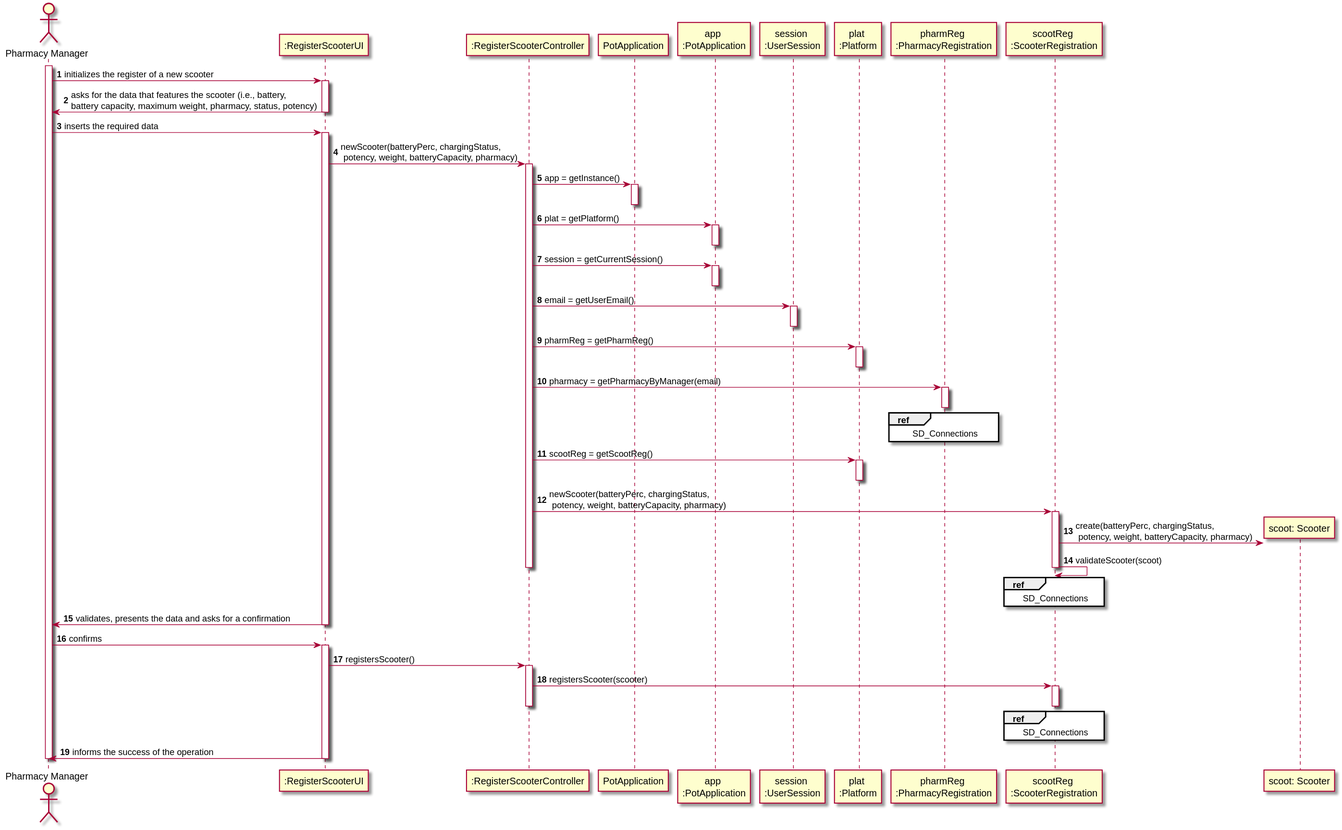
Above: docs/Iteration 1/Scooter Management/US21_RegisterScooter/US21_SD.svg in tiagoavcosta25/LAPR3 (PlantUML), before the change.
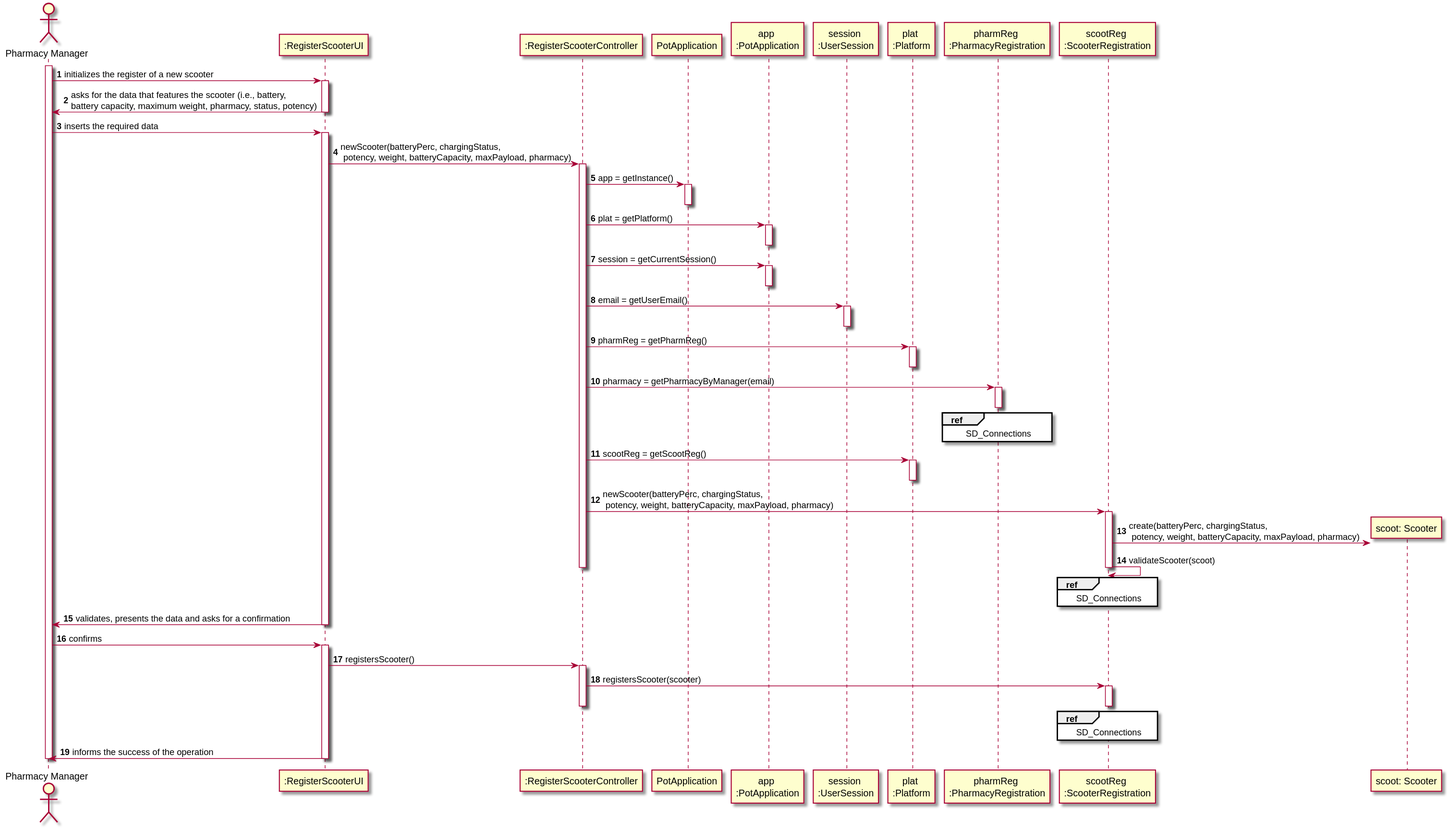
Above is the later version.

What changed in the source:
```diff
@@ -23,7 +23,7 @@
 
 PHARMAN -> UI : inserts the required data
 activate UI
-UI -> CTRL : newScooter(batteryPerc, chargingStatus,\n potency, weight, batteryCapacity, pharmacy)
+UI -> CTRL : newScooter(batteryPerc, chargingStatus,\n potency, weight, batteryCapacity, maxPayload, pharmacy)
 activate CTRL
 CTRL -> PA : app = getInstance()
 activate PA
@@ -49,9 +49,9 @@
 CTRL -> PLAT : scootReg = getScootReg()
 activate PLAT
 deactivate PLAT
-CTRL -> RS : newScooter(batteryPerc, chargingStatus,\n potency, weight, batteryCapacity, pharmacy)
+CTRL -> RS : newScooter(batteryPerc, chargingStatus,\n potency, weight, batteryCapacity, maxPayload, pharmacy)
 activate RS
-RS -> SC ** : create(batteryPerc, chargingStatus,\n potency, weight, batteryCapacity, pharmacy)
+RS -> SC ** : create(batteryPerc, chargingStatus,\n potency, weight, batteryCapacity, maxPayload, pharmacy)
 RS -> RS : validateScooter(scoot)
 ref over RS
 SD_Connections
```
